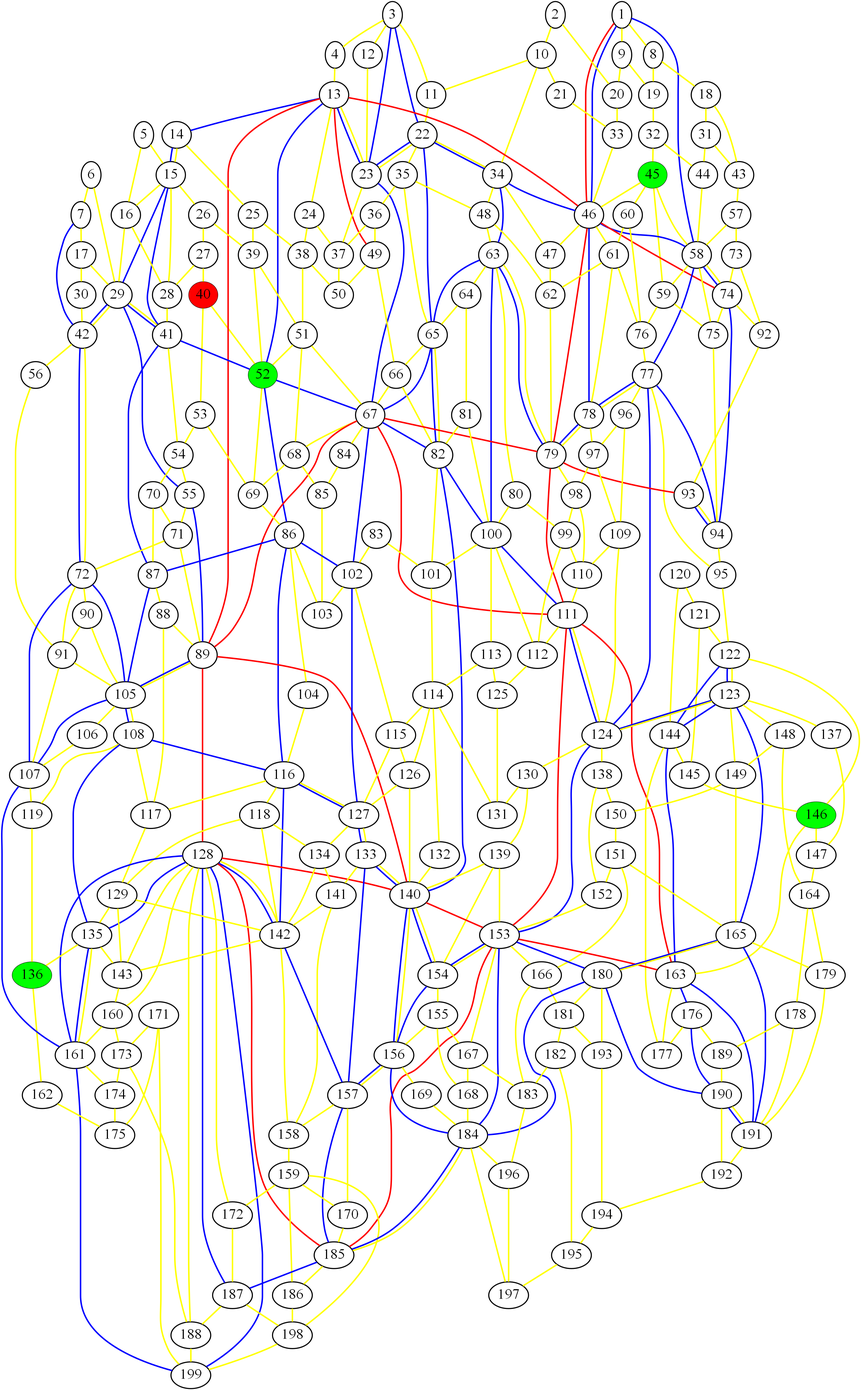
Above: graph_24.png in ed-churchill/complex-systems-project (Graphviz), before the change. Its source is kept beside it as graph_24.gv.
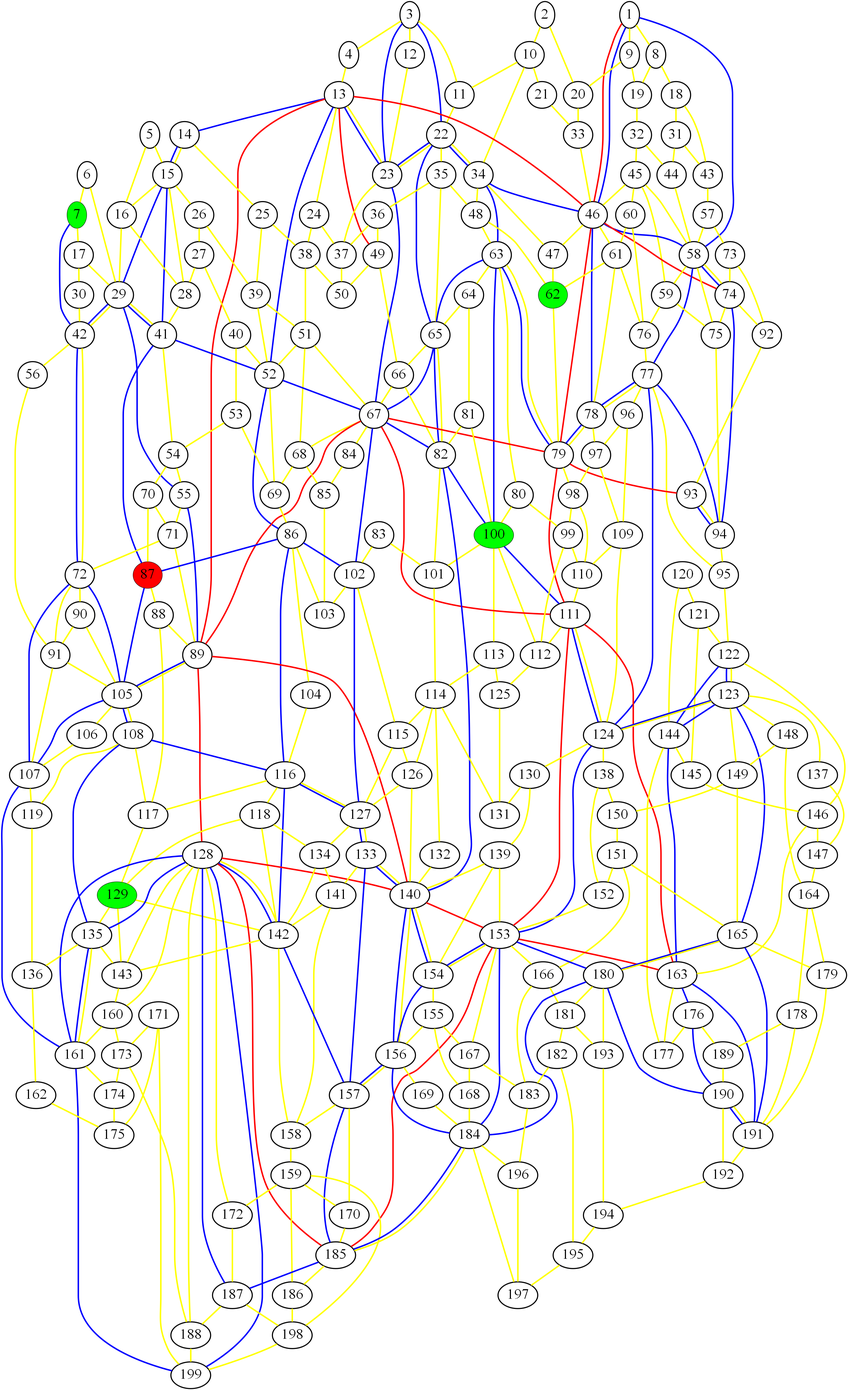
Later version of the same file.

Diff of the diagram source:
```diff
@@ -1,16 +1,15 @@
 graph london_graph {
-40 [fillcolor=red, fontsize=40, pendwidth=3, style=filled];
-52 [fillcolor=green, fontsize=40, pendwidth=3, style=filled];
-136 [fillcolor=green, fontsize=40, pendwidth=3, style=filled];
-45 [fillcolor=green, fontsize=40, pendwidth=3, style=filled];
-146 [fillcolor=green, fontsize=40, pendwidth=3, style=filled];
+87 [fillcolor=red, fontsize=40, pendwidth=3, style=filled];
+7 [fillcolor=green, fontsize=40, pendwidth=3, style=filled];
+62 [fillcolor=green, fontsize=40, pendwidth=3, style=filled];
+129 [fillcolor=green, fontsize=40, pendwidth=3, style=filled];
+100 [fillcolor=green, fontsize=40, pendwidth=3, style=filled];
 1 [fontsize=40, penwidth=3];
 2 [fontsize=40, penwidth=3];
 3 [fontsize=40, penwidth=3];
 4 [fontsize=40, penwidth=3];
 5 [fontsize=40, penwidth=3];
 6 [fontsize=40, penwidth=3];
-7 [fontsize=40, penwidth=3];
 8 [fontsize=40, penwidth=3];
 9 [fontsize=40, penwidth=3];
 10 [fontsize=40, penwidth=3];
@@ -43,16 +42,19 @@
 37 [fontsize=40, penwidth=3];
 38 [fontsize=40, penwidth=3];
 39 [fontsize=40, penwidth=3];
+40 [fontsize=40, penwidth=3];
 41 [fontsize=40, penwidth=3];
 42 [fontsize=40, penwidth=3];
 43 [fontsize=40, penwidth=3];
 44 [fontsize=40, penwidth=3];
+45 [fontsize=40, penwidth=3];
 46 [fontsize=40, penwidth=3];
 47 [fontsize=40, penwidth=3];
 48 [fontsize=40, penwidth=3];
 49 [fontsize=40, penwidth=3];
 50 [fontsize=40, penwidth=3];
 51 [fontsize=40, penwidth=3];
+52 [fontsize=40, penwidth=3];
 53 [fontsize=40, penwidth=3];
 54 [fontsize=40, penwidth=3];
 55 [fontsize=40, penwidth=3];
@@ -62,7 +64,6 @@
 59 [fontsize=40, penwidth=3];
 60 [fontsize=40, penwidth=3];
 61 [fontsize=40, penwidth=3];
-62 [fontsize=40, penwidth=3];
 63 [fontsize=40, penwidth=3];
 64 [fontsize=40, penwidth=3];
 65 [fontsize=40, penwidth=3];
@@ -87,7 +88,6 @@
 84 [fontsize=40, penwidth=3];
 85 [fontsize=40, penwidth=3];
 86 [fontsize=40, penwidth=3];
-87 [fontsize=40, penwidth=3];
 88 [fontsize=40, penwidth=3];
 89 [fontsize=40, penwidth=3];
 90 [fontsize=40, penwidth=3];
@@ -100,7 +100,6 @@
 97 [fontsize=40, penwidth=3];
 98 [fontsize=40, penwidth=3];
 99 [fontsize=40, penwidth=3];
-100 [fontsize=40, penwidth=3];
 101 [fontsize=40, penwidth=3];
 102 [fontsize=40, penwidth=3];
 103 [fontsize=40, penwidth=3];
@@ -129,13 +128,13 @@
 126 [fontsize=40, penwidth=3];
 127 [fontsize=40, penwidth=3];
 128 [fontsize=40, penwidth=3];
-129 [fontsize=40, penwidth=3];
 130 [fontsize=40, penwidth=3];
 131 [fontsize=40, penwidth=3];
 132 [fontsize=40, penwidth=3];
 133 [fontsize=40, penwidth=3];
 134 [fontsize=40, penwidth=3];
 135 [fontsize=40, penwidth=3];
+136 [fontsize=40, penwidth=3];
 137 [fontsize=40, penwidth=3];
 138 [fontsize=40, penwidth=3];
 139 [fontsize=40, penwidth=3];
@@ -145,6 +144,7 @@
 143 [fontsize=40, penwidth=3];
 144 [fontsize=40, penwidth=3];
 145 [fontsize=40, penwidth=3];
+146 [fontsize=40, penwidth=3];
 147 [fontsize=40, penwidth=3];
 148 [fontsize=40, penwidth=3];
 149 [fontsize=40, penwidth=3];
```
